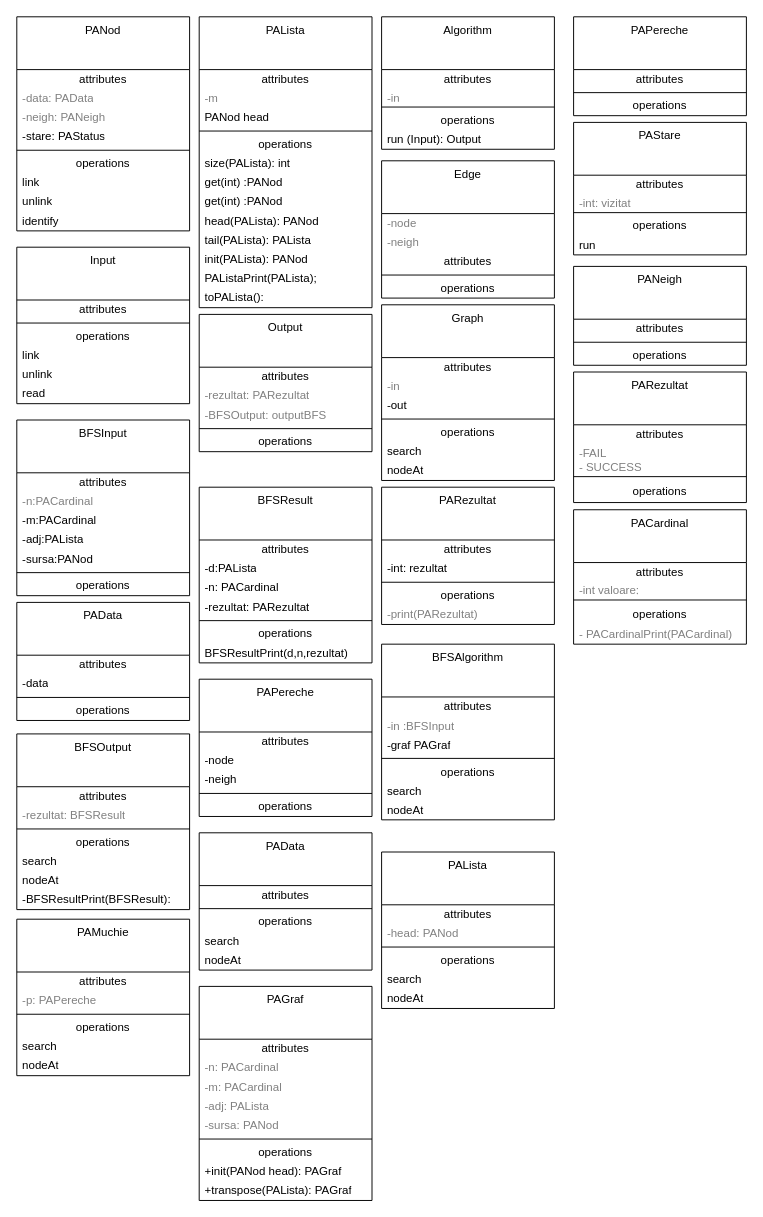
Cristof17/PALibrary keeps this draw.io diagram as C.drawio. Above is the earlier version. Source tidied: cells renumbered, new cells numbered last; positions are measured from the earlier drawing's top-left corner, leaving out a move shared by most shapes. Both pictures are drawn from the tidied source at 96%, with x=0, y=0 at pixel (16, 16).
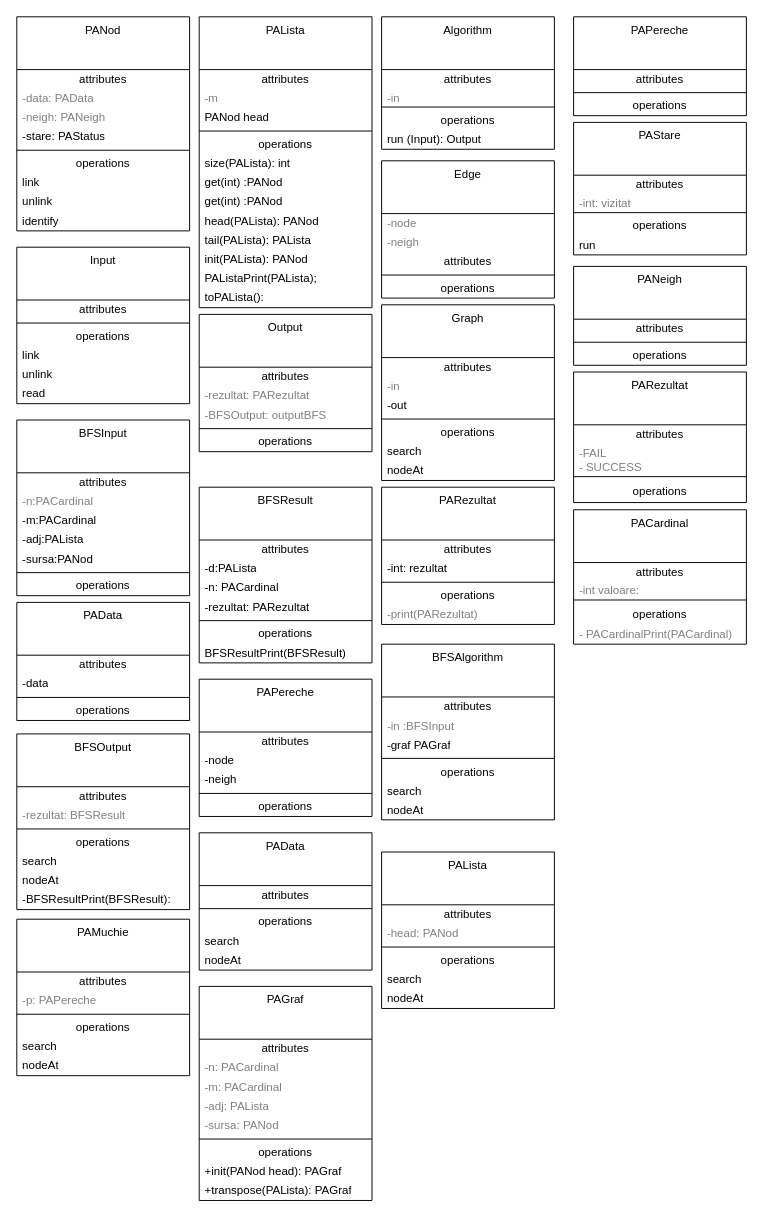
The same diagram, later.

The change refers to these unchanged cells:
```xml
<mxCell id="59" value="BFSResult" style="swimlane;fontStyle=0;align=center;verticalAlign=top;horizontal=1;startSize=55;html=1;whiteSpace=wrap;" parent="1" vertex="1">
  <mxGeometry x="190" y="490" width="180" height="183" as="geometry" />
</mxCell>
```

The edit, as a diff of the source:
```diff
@@
-    <mxCell id="66" value="BFSResultPrint(d,n,rezultat)" style="text;html=1;strokeColor=none;fillColor=none;align=left;verticalAlign=middle;spacingLeft=4;spacingRight=4;overflow=hidden;whiteSpace=wrap;" parent="59" vertex="1">
+    <mxCell id="66" value="BFSResultPrint(BFSResult)" style="text;html=1;strokeColor=none;fillColor=none;align=left;verticalAlign=middle;spacingLeft=4;spacingRight=4;overflow=hidden;whiteSpace=wrap;" parent="59" vertex="1">
       <mxGeometry y="163" width="180" height="20" as="geometry" />
     </mxCell>
```
